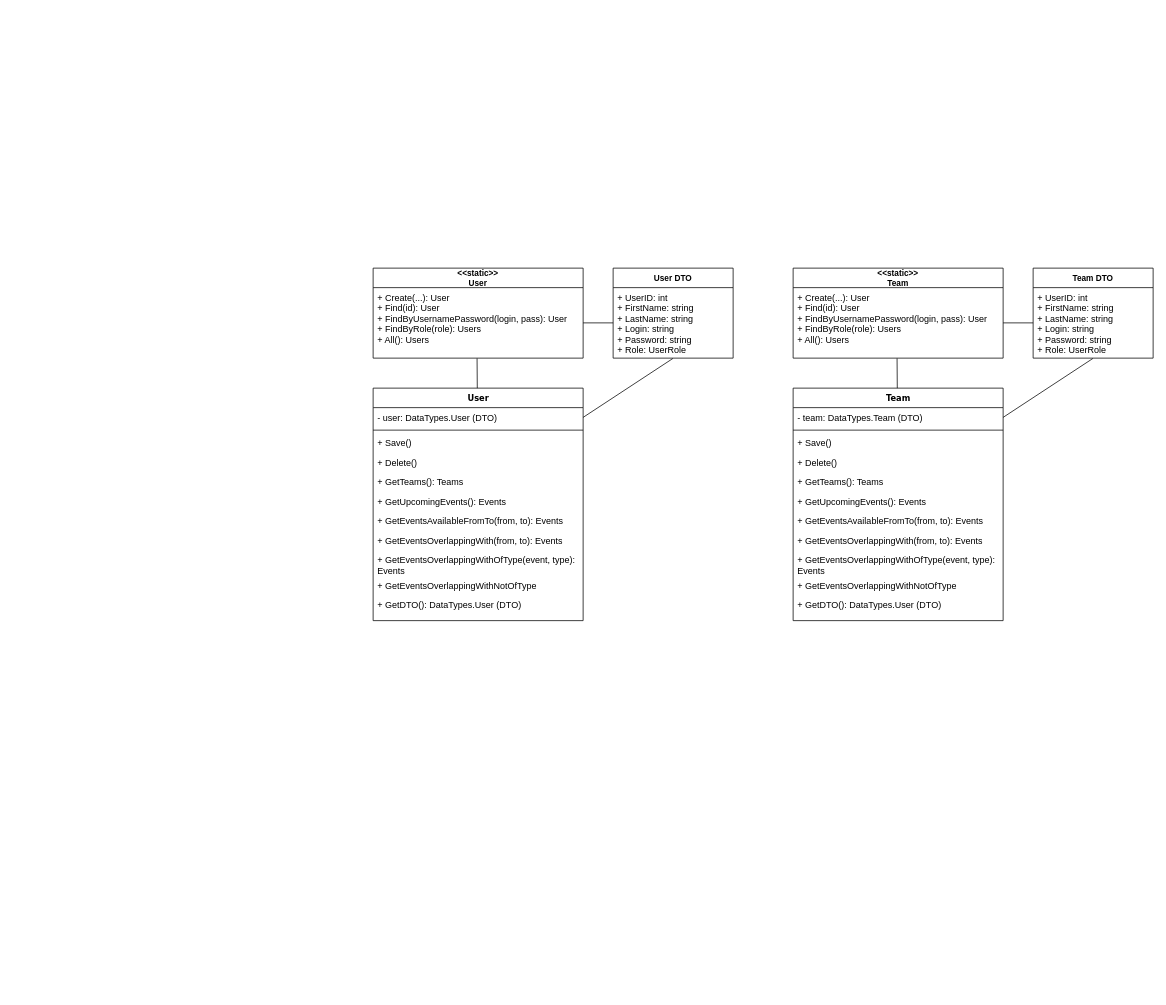
The draw.io diagram ClassDiagram.drawio in dminikm/EsportsIS, before the edit. Source tidied: cells renumbered, new cells numbered last; positions are measured from the earlier drawing's top-left corner, leaving out a move shared by most shapes. Both pictures are drawn from the tidied source at 75%, with x=0, y=0 at pixel (373, 268).
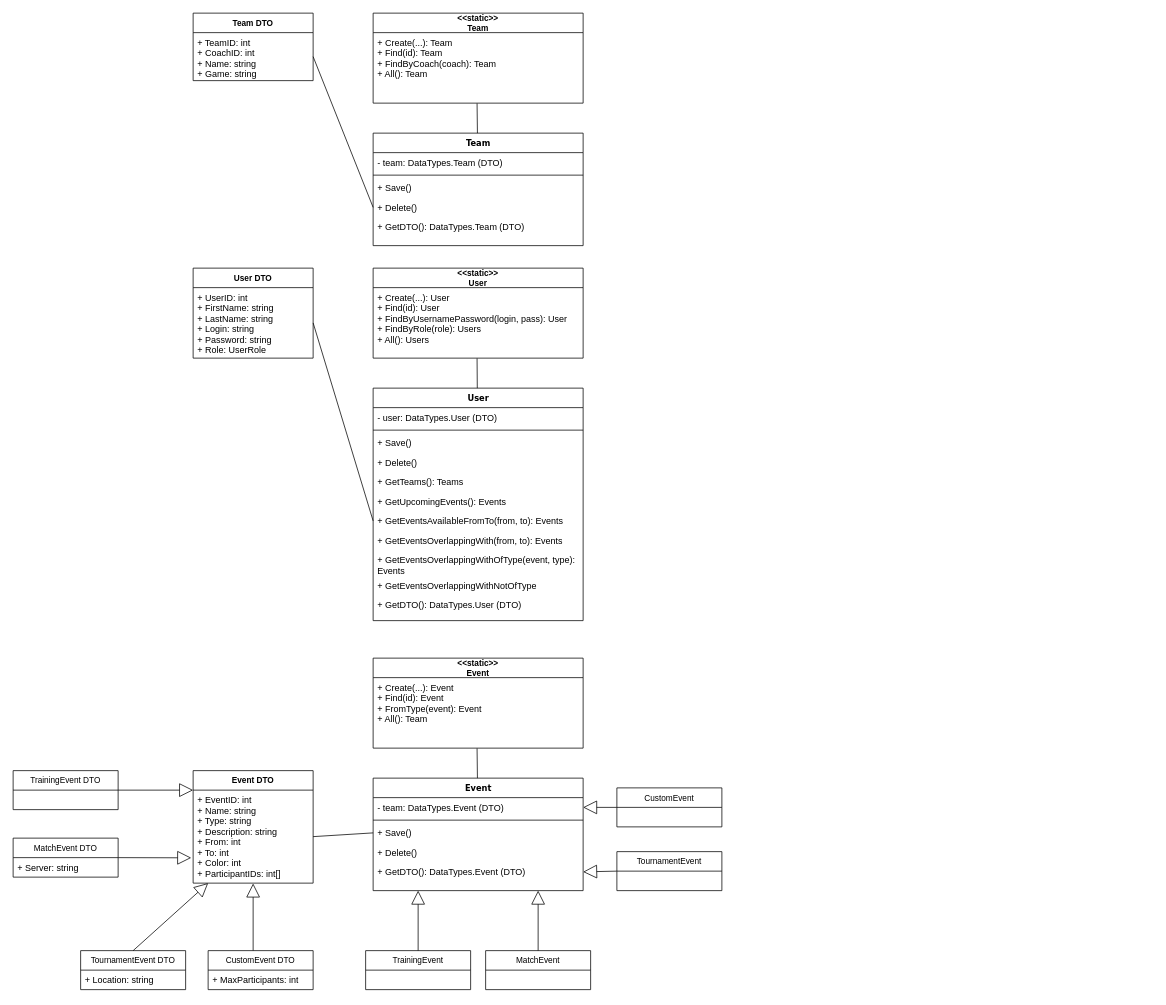
The same page after the edit.

Unchanged cells that the change refers to:
```xml
<mxCell id="3" value="- user: DataTypes.User (DTO)" style="text;html=1;strokeColor=none;fillColor=none;align=left;verticalAlign=top;spacingLeft=4;spacingRight=4;whiteSpace=wrap;overflow=hidden;points=[[0,0.5],[1,0.5]];portConstraint=eastwest;" parent="2" vertex="1">
  <mxGeometry y="26" width="280" height="26" as="geometry" />
</mxCell>
<mxCell id="9" value="+ GetEventsAvailableFromTo(from, to): Events" style="text;html=1;strokeColor=none;fillColor=none;align=left;verticalAlign=top;spacingLeft=4;spacingRight=4;whiteSpace=wrap;overflow=hidden;points=[[0,0.5],[1,0.5]];portConstraint=eastwest;" parent="2" vertex="1">
  <mxGeometry y="164" width="280" height="26" as="geometry" />
</mxCell>
<mxCell id="15" value="+ Create(...): User&#10;+ Find(id): User&#10;+ FindByUsernamePassword(login, pass): User&#10;+ FindByRole(role): Users&#10;+ All(): Users&#10;" style="text;strokeColor=none;fillColor=none;align=left;verticalAlign=top;spacingLeft=4;spacingRight=4;overflow=hidden;points=[[0,0.5],[1,0.5]];portConstraint=eastwest;" parent="14" vertex="1">
  <mxGeometry y="26" width="280" height="94" as="geometry" />
</mxCell>
<mxCell id="17" value="+ UserID: int&#10;+ FirstName: string&#10;+ LastName: string&#10;+ Login: string&#10;+ Password: string&#10;+ Role: UserRole " style="text;strokeColor=none;fillColor=none;align=left;verticalAlign=top;spacingLeft=4;spacingRight=4;overflow=hidden;points=[[0,0.5],[1,0.5]];portConstraint=eastwest;" parent="16" vertex="1">
  <mxGeometry y="26" width="160" height="94" as="geometry" />
</mxCell>
<mxCell id="22" value="- team: DataTypes.Team (DTO)" style="text;html=1;strokeColor=none;fillColor=none;align=left;verticalAlign=top;spacingLeft=4;spacingRight=4;whiteSpace=wrap;overflow=hidden;points=[[0,0.5],[1,0.5]];portConstraint=eastwest;" parent="21" vertex="1">
  <mxGeometry y="26" width="280" height="26" as="geometry" />
</mxCell>
<mxCell id="25" value="+ Delete()" style="text;html=1;strokeColor=none;fillColor=none;align=left;verticalAlign=top;spacingLeft=4;spacingRight=4;whiteSpace=wrap;overflow=hidden;points=[[0,0.5],[1,0.5]];portConstraint=eastwest;" parent="21" vertex="1">
  <mxGeometry y="86" width="280" height="26" as="geometry" />
</mxCell>
```

What changed in the source:
```diff
@@
     <mxCell id="16" value="User DTO" style="swimlane;fontStyle=1;align=center;verticalAlign=top;horizontal=1;startSize=26;fontSize=11;" parent="1" vertex="1">
-      <mxGeometry x="320" width="160" height="120" as="geometry" />
+      <mxGeometry x="-240" width="160" height="120" as="geometry" />
     </mxCell>
@@
-    <mxCell id="19" style="endArrow=none;html=1;fontSize=11;entryX=1;entryY=0.5;entryDx=0;entryDy=0;exitX=0;exitY=0.5;exitDx=0;exitDy=0;" parent="1" edge="1" source="17" target="15">
-      <mxGeometry relative="1" as="geometry" />
-    </mxCell>
-    <mxCell id="20" style="endArrow=none;html=1;fontSize=11;entryX=0.498;entryY=1.005;entryDx=0;entryDy=0;entryPerimeter=0;exitX=1;exitY=0.5;exitDx=0;exitDy=0;" parent="1" edge="1" source="3" target="17">
-      <mxGeometry relative="1" as="geometry" />
-    </mxCell>
     <mxCell id="21" value="Team" style="swimlane;html=1;fontStyle=1;align=center;verticalAlign=top;horizontal=1;startSize=26;swimlaneFillColor=#ffffff;rounded=0;shadow=0;comic=0;labelBackgroundColor=none;strokeWidth=1;fillColor=none;fontFamily=Verdana;fontSize=11;" parent="1" vertex="1">
-      <mxGeometry x="560" y="160" width="280" height="310" as="geometry" />
+      <mxGeometry y="-180" width="280" height="150" as="geometry" />
     </mxCell>
@@
-    <mxCell id="26" value="+ GetTeams(): Teams" style="text;html=1;strokeColor=none;fillColor=none;align=left;verticalAlign=top;spacingLeft=4;spacingRight=4;whiteSpace=wrap;overflow=hidden;" parent="21" vertex="1">
-      <mxGeometry y="112" width="280" height="26" as="geometry" />
-    </mxCell>
-    <mxCell id="27" value="+ GetUpcomingEvents(): Events" style="text;html=1;strokeColor=none;fillColor=none;align=left;verticalAlign=top;spacingLeft=4;spacingRight=4;whiteSpace=wrap;overflow=hidden;" parent="21" vertex="1">
-      <mxGeometry y="138" width="280" height="26" as="geometry" />
-    </mxCell>
-    <mxCell id="28" value="+ GetEventsAvailableFromTo(from, to): Events" style="text;html=1;strokeColor=none;fillColor=none;align=left;verticalAlign=top;spacingLeft=4;spacingRight=4;whiteSpace=wrap;overflow=hidden;" parent="21" vertex="1">
-      <mxGeometry y="164" width="280" height="26" as="geometry" />
-    </mxCell>
-    <mxCell id="29" value="+ GetEventsOverlappingWith(from, to): Events" style="text;html=1;strokeColor=none;fillColor=none;align=left;verticalAlign=top;spacingLeft=4;spacingRight=4;whiteSpace=wrap;overflow=hidden;" parent="21" vertex="1">
-      <mxGeometry y="190" width="280" height="26" as="geometry" />
-    </mxCell>
-    <mxCell id="30" value="+ GetEventsOverlappingWithOfType(event, type): Events" style="text;html=1;strokeColor=none;fillColor=none;align=left;verticalAlign=top;spacingLeft=4;spacingRight=4;whiteSpace=wrap;overflow=hidden;" parent="21" vertex="1">
-      <mxGeometry y="216" width="280" height="34" as="geometry" />
-    </mxCell>
-    <mxCell id="31" value="+ GetEventsOverlappingWithNotOfType" style="text;html=1;strokeColor=none;fillColor=none;align=left;verticalAlign=top;spacingLeft=4;spacingRight=4;whiteSpace=wrap;overflow=hidden;" parent="21" vertex="1">
-      <mxGeometry y="250" width="280" height="26" as="geometry" />
-    </mxCell>
-    <mxCell id="32" value="+ GetDTO(): DataTypes.User (DTO)" style="text;html=1;strokeColor=none;fillColor=none;align=left;verticalAlign=top;spacingLeft=4;spacingRight=4;whiteSpace=wrap;overflow=hidden;" parent="21" vertex="1">
-      <mxGeometry y="276" width="280" height="26" as="geometry" />
+    <mxCell id="32" value="+ GetDTO(): DataTypes.Team (DTO)" style="text;html=1;strokeColor=none;fillColor=none;align=left;verticalAlign=top;spacingLeft=4;spacingRight=4;whiteSpace=wrap;overflow=hidden;" parent="21" vertex="1">
+      <mxGeometry y="112" width="280" height="26" as="geometry" />
     </mxCell>
     <mxCell id="33" value="&lt;&lt;static&gt;&gt;&#10;Team" style="swimlane;fontStyle=1;align=center;verticalAlign=middle;horizontal=1;startSize=26;fontSize=11;" parent="1" vertex="1">
-      <mxGeometry x="560" width="280" height="120" as="geometry" />
+      <mxGeometry y="-340" width="280" height="120" as="geometry" />
     </mxCell>
-    <mxCell id="34" value="+ Create(...): User&#10;+ Find(id): User&#10;+ FindByUsernamePassword(login, pass): User&#10;+ FindByRole(role): Users&#10;+ All(): Users&#10;" style="text;strokeColor=none;fillColor=none;align=left;verticalAlign=top;spacingLeft=4;spacingRight=4;overflow=hidden;points=[[0,0.5],[1,0.5]];portConstraint=eastwest;" parent="33" vertex="1">
+    <mxCell id="34" value="+ Create(...): Team&#10;+ Find(id): Team&#10;+ FindByCoach(coach): Team&#10;+ All(): Team&#10;" style="text;strokeColor=none;fillColor=none;align=left;verticalAlign=top;spacingLeft=4;spacingRight=4;overflow=hidden;points=[[0,0.5],[1,0.5]];portConstraint=eastwest;" parent="33" vertex="1">
       <mxGeometry y="26" width="280" height="94" as="geometry" />
     </mxCell>
     <mxCell id="35" value="Team DTO" style="swimlane;fontStyle=1;align=center;verticalAlign=top;horizontal=1;startSize=26;fontSize=11;" parent="1" vertex="1">
-      <mxGeometry x="880" width="160" height="120" as="geometry" />
+      <mxGeometry x="-240" y="-340" width="160" height="90" as="geometry" />
     </mxCell>
-    <mxCell id="36" value="+ UserID: int&#10;+ FirstName: string&#10;+ LastName: string&#10;+ Login: string&#10;+ Password: string&#10;+ Role: UserRole " style="text;strokeColor=none;fillColor=none;align=left;verticalAlign=top;spacingLeft=4;spacingRight=4;overflow=hidden;points=[[0,0.5],[1,0.5]];portConstraint=eastwest;" parent="35" vertex="1">
-      <mxGeometry y="26" width="160" height="94" as="geometry" />
+    <mxCell id="36" value="+ TeamID: int&#10;+ CoachID: int&#10;+ Name: string&#10;+ Game: string&#10;" style="text;strokeColor=none;fillColor=none;align=left;verticalAlign=top;spacingLeft=4;spacingRight=4;overflow=hidden;points=[[0,0.5],[1,0.5]];portConstraint=eastwest;" parent="35" vertex="1">
+      <mxGeometry y="26" width="160" height="64" as="geometry" />
     </mxCell>
@@
-    <mxCell id="38" style="endArrow=none;html=1;fontSize=11;entryX=1;entryY=0.5;entryDx=0;entryDy=0;exitX=0;exitY=0.5;exitDx=0;exitDy=0;" parent="1" edge="1" source="36" target="34">
-      <mxGeometry relative="1" as="geometry" />
-    </mxCell>
-    <mxCell id="39" style="endArrow=none;html=1;fontSize=11;entryX=0.498;entryY=1.005;entryDx=0;entryDy=0;entryPerimeter=0;exitX=1;exitY=0.5;exitDx=0;exitDy=0;" parent="1" edge="1" source="22" target="36">
-      <mxGeometry relative="1" as="geometry" />
-    </mxCell>
+    <mxCell id="40" value="Event" style="swimlane;html=1;fontStyle=1;align=center;verticalAlign=top;horizontal=1;startSize=26;swimlaneFillColor=#ffffff;rounded=0;shadow=0;comic=0;labelBackgroundColor=none;strokeWidth=1;fillColor=none;fontFamily=Verdana;fontSize=11;" parent="1" vertex="1">
+      <mxGeometry y="680" width="280" height="150" as="geometry" />
+    </mxCell>
+    <mxCell id="41" value="- team: DataTypes.Event (DTO)" style="text;html=1;strokeColor=none;fillColor=none;align=left;verticalAlign=top;spacingLeft=4;spacingRight=4;whiteSpace=wrap;overflow=hidden;points=[[0,0.5],[1,0.5]];portConstraint=eastwest;" parent="40" vertex="1">
+      <mxGeometry y="26" width="280" height="26" as="geometry" />
+    </mxCell>
+    <mxCell id="42" style="line;html=1;strokeWidth=1;fillColor=none;align=left;verticalAlign=middle;spacingTop=-1;spacingLeft=3;spacingRight=3;labelPosition=right;" parent="40" vertex="1">
+      <mxGeometry y="52" width="280" height="8" as="geometry" />
+    </mxCell>
+    <mxCell id="43" value="+ Save()" style="text;html=1;strokeColor=none;fillColor=none;align=left;verticalAlign=top;spacingLeft=4;spacingRight=4;whiteSpace=wrap;overflow=hidden;points=[[0,0.5],[1,0.5]];portConstraint=eastwest;" parent="40" vertex="1">
+      <mxGeometry y="60" width="280" height="26" as="geometry" />
+    </mxCell>
+    <mxCell id="44" value="+ Delete()" style="text;html=1;strokeColor=none;fillColor=none;align=left;verticalAlign=top;spacingLeft=4;spacingRight=4;whiteSpace=wrap;overflow=hidden;" parent="40" vertex="1">
+      <mxGeometry y="86" width="280" height="26" as="geometry" />
+    </mxCell>
+    <mxCell id="45" value="+ GetDTO(): DataTypes.Event (DTO)" style="text;html=1;strokeColor=none;fillColor=none;align=left;verticalAlign=top;spacingLeft=4;spacingRight=4;whiteSpace=wrap;overflow=hidden;points=[[0,0.5],[1,0.5]];portConstraint=eastwest;" parent="40" vertex="1">
+      <mxGeometry y="112" width="280" height="26" as="geometry" />
+    </mxCell>
+    <mxCell id="46" value="&lt;&lt;static&gt;&gt;&#10;Event" style="swimlane;fontStyle=1;align=center;verticalAlign=middle;horizontal=1;startSize=26;fontSize=11;" parent="1" vertex="1">
+      <mxGeometry y="520" width="280" height="120" as="geometry" />
+    </mxCell>
+    <mxCell id="47" value="+ Create(...): Event&#10;+ Find(id): Event&#10;+ FromType(event): Event&#10;+ All(): Team&#10;" style="text;strokeColor=none;fillColor=none;align=left;verticalAlign=top;spacingLeft=4;spacingRight=4;overflow=hidden;points=[[0,0.5],[1,0.5]];portConstraint=eastwest;" parent="46" vertex="1">
+      <mxGeometry y="26" width="280" height="94" as="geometry" />
+    </mxCell>
+    <mxCell id="48" value="Event DTO" style="swimlane;fontStyle=1;align=center;verticalAlign=top;horizontal=1;startSize=26;fontSize=11;" parent="1" vertex="1">
+      <mxGeometry x="-240" y="670" width="160" height="150" as="geometry" />
+    </mxCell>
+    <mxCell id="49" value="+ EventID: int&#10;+ Name: string&#10;+ Type: string&#10;+ Description: string&#10;+ From: int&#10;+ To: int&#10;+ Color: int&#10;+ ParticipantIDs: int[]" style="text;strokeColor=none;fillColor=none;align=left;verticalAlign=top;spacingLeft=4;spacingRight=4;overflow=hidden;points=[[0,0.5],[1,0.5]];portConstraint=eastwest;" parent="48" vertex="1">
+      <mxGeometry y="26" width="160" height="124" as="geometry" />
+    </mxCell>
+    <mxCell id="50" style="endArrow=none;html=1;fontSize=11;entryX=0.495;entryY=1.004;entryDx=0;entryDy=0;entryPerimeter=0;" parent="1" edge="1" source="40" target="47">
+      <mxGeometry relative="1" as="geometry" />
+    </mxCell>
+    <mxCell id="51" value="MatchEvent" style="swimlane;fontStyle=0;horizontal=1;startSize=26;fillColor=none;fontSize=11;align=center;" parent="1" vertex="1">
+      <mxGeometry x="150" y="910" width="140" height="52" as="geometry" />
+    </mxCell>
+    <mxCell id="52" value="TournamentEvent" style="swimlane;fontStyle=0;horizontal=1;startSize=26;fillColor=none;fontSize=11;align=center;" parent="1" vertex="1">
+      <mxGeometry x="325" y="778" width="140" height="52" as="geometry" />
+    </mxCell>
+    <mxCell id="53" value="TrainingEvent" style="swimlane;fontStyle=0;horizontal=1;startSize=26;fillColor=none;fontSize=11;align=center;" parent="1" vertex="1">
+      <mxGeometry x="-10" y="910" width="140" height="52" as="geometry" />
+    </mxCell>
+    <mxCell id="54" value="CustomEvent" style="swimlane;fontStyle=0;horizontal=1;startSize=26;fillColor=none;fontSize=11;align=center;" parent="1" vertex="1">
+      <mxGeometry x="325" y="693" width="140" height="52" as="geometry" />
+    </mxCell>
+    <mxCell id="55" value="Extends" style="endArrow=block;endSize=16;endFill=0;html=1;fontSize=1;exitX=0.5;exitY=0;exitDx=0;exitDy=0;noLabel=1;fontColor=none;labelBackgroundColor=none;" parent="1" edge="1" source="53">
+      <mxGeometry x="-0.47" y="53" relative="1" as="geometry">
+        <mxPoint x="60" y="830" as="targetPoint" />
+      </mxGeometry>
+    </mxCell>
+    <mxCell id="56" value="Extends" style="endArrow=block;endSize=16;endFill=0;html=1;fontSize=1;exitX=0.5;exitY=0;exitDx=0;exitDy=0;noLabel=1;fontColor=none;labelBackgroundColor=none;" parent="1" edge="1" source="51">
+      <mxGeometry x="-0.47" y="53" relative="1" as="geometry">
+        <mxPoint x="220" y="830" as="targetPoint" />
+      </mxGeometry>
+    </mxCell>
+    <mxCell id="57" value="Extends" style="endArrow=block;endSize=16;endFill=0;html=1;fontSize=1;exitX=0;exitY=0.5;exitDx=0;exitDy=0;noLabel=1;fontColor=none;labelBackgroundColor=none;entryX=1;entryY=0.5;entryDx=0;entryDy=0;" parent="1" edge="1" source="52" target="45">
+      <mxGeometry x="-0.47" y="53" relative="1" as="geometry" />
+    </mxCell>
+    <mxCell id="58" value="Extends" style="endArrow=block;endSize=16;endFill=0;html=1;fontSize=1;entryX=1;entryY=0.5;entryDx=0;entryDy=0;exitX=0;exitY=0.5;exitDx=0;exitDy=0;noLabel=1;fontColor=none;labelBackgroundColor=none;" parent="1" edge="1" source="54" target="41">
+      <mxGeometry x="-0.47" y="53" relative="1" as="geometry" />
+    </mxCell>
+    <mxCell id="59" value="MatchEvent DTO" style="swimlane;fontStyle=0;horizontal=1;startSize=26;fillColor=none;fontSize=11;align=center;" parent="1" vertex="1">
+      <mxGeometry x="-480" y="760" width="140" height="52" as="geometry" />
+    </mxCell>
+    <mxCell id="60" value="+ Server: string" style="text;html=1;strokeColor=none;fillColor=none;align=left;verticalAlign=top;spacingLeft=4;spacingRight=4;whiteSpace=wrap;overflow=hidden;" parent="59" vertex="1">
+      <mxGeometry y="26" width="140" height="26" as="geometry" />
+    </mxCell>
+    <mxCell id="61" value="TournamentEvent DTO" style="swimlane;fontStyle=0;horizontal=1;startSize=26;fillColor=none;fontSize=11;align=center;" parent="1" vertex="1">
+      <mxGeometry x="-390" y="910" width="140" height="52" as="geometry" />
+    </mxCell>
+    <mxCell id="62" value="+ Location: string" style="text;html=1;strokeColor=none;fillColor=none;align=left;verticalAlign=top;spacingLeft=4;spacingRight=4;whiteSpace=wrap;overflow=hidden;" parent="61" vertex="1">
+      <mxGeometry y="26" width="140" height="26" as="geometry" />
+    </mxCell>
+    <mxCell id="63" value="TrainingEvent DTO" style="swimlane;fontStyle=0;horizontal=1;startSize=26;fillColor=none;fontSize=11;align=center;" parent="1" vertex="1">
+      <mxGeometry x="-480" y="670" width="140" height="52" as="geometry" />
+    </mxCell>
+    <mxCell id="64" value="Extends" style="endArrow=block;endSize=16;endFill=0;html=1;fontSize=1;noLabel=1;fontColor=none;labelBackgroundColor=none;exitX=0.5;exitY=0;exitDx=0;exitDy=0;entryX=0.5;entryY=1.004;entryDx=0;entryDy=0;entryPerimeter=0;" parent="1" edge="1" target="49">
+      <mxGeometry x="-0.47" y="53" relative="1" as="geometry">
+        <mxPoint x="-160" y="910" as="sourcePoint" />
+      </mxGeometry>
+    </mxCell>
+    <mxCell id="65" value="Extends" style="endArrow=block;endSize=16;endFill=0;html=1;fontSize=1;entryX=0.125;entryY=1;entryDx=0;entryDy=0;noLabel=1;fontColor=none;labelBackgroundColor=none;exitX=0.5;exitY=0;exitDx=0;exitDy=0;entryPerimeter=0;" parent="1" edge="1" source="61" target="49">
+      <mxGeometry x="-0.47" y="53" relative="1" as="geometry" />
+    </mxCell>
+    <mxCell id="66" value="Extends" style="endArrow=block;endSize=16;endFill=0;html=1;fontSize=1;entryX=-0.016;entryY=0.728;entryDx=0;entryDy=0;noLabel=1;fontColor=none;labelBackgroundColor=none;exitX=1;exitY=0.5;exitDx=0;exitDy=0;entryPerimeter=0;" parent="1" edge="1" source="59" target="49">
+      <mxGeometry x="-0.47" y="53" relative="1" as="geometry" />
+    </mxCell>
+    <mxCell id="67" value="Extends" style="endArrow=block;endSize=16;endFill=0;html=1;fontSize=1;entryX=0;entryY=0.5;entryDx=0;entryDy=0;noLabel=1;fontColor=none;labelBackgroundColor=none;exitX=1;exitY=0.5;exitDx=0;exitDy=0;" parent="1" edge="1" source="63">
+      <mxGeometry x="-0.47" y="53" relative="1" as="geometry">
+        <mxPoint x="-240" y="696" as="targetPoint" />
+      </mxGeometry>
+    </mxCell>
+    <mxCell id="68" style="endArrow=none;html=1;labelBackgroundColor=none;fontSize=1;fontColor=none;entryX=0;entryY=0.5;entryDx=0;entryDy=0;exitX=1;exitY=0.5;exitDx=0;exitDy=0;" parent="1" edge="1" source="49" target="43">
+      <mxGeometry relative="1" as="geometry" />
+    </mxCell>
+    <mxCell id="69" style="endArrow=none;html=1;labelBackgroundColor=none;fontSize=1;fontColor=none;entryX=0;entryY=0.5;entryDx=0;entryDy=0;exitX=1;exitY=0.5;exitDx=0;exitDy=0;" parent="1" edge="1" source="17" target="9">
+      <mxGeometry relative="1" as="geometry" />
+    </mxCell>
+    <mxCell id="70" style="endArrow=none;html=1;labelBackgroundColor=none;fontSize=1;fontColor=none;entryX=0;entryY=0.5;entryDx=0;entryDy=0;exitX=1;exitY=0.5;exitDx=0;exitDy=0;" parent="1" edge="1" source="36" target="25">
+      <mxGeometry relative="1" as="geometry" />
+    </mxCell>
+    <mxCell id="71" value="CustomEvent DTO" style="swimlane;fontStyle=0;horizontal=1;startSize=26;fillColor=none;fontSize=11;align=center;" parent="1" vertex="1">
+      <mxGeometry x="-220" y="910" width="140" height="52" as="geometry" />
+    </mxCell>
+    <mxCell id="72" value="+ MaxParticipants: int" style="text;html=1;strokeColor=none;fillColor=none;align=left;verticalAlign=top;spacingLeft=4;spacingRight=4;whiteSpace=wrap;overflow=hidden;" parent="71" vertex="1">
+      <mxGeometry y="26" width="140" height="26" as="geometry" />
+    </mxCell>
```
